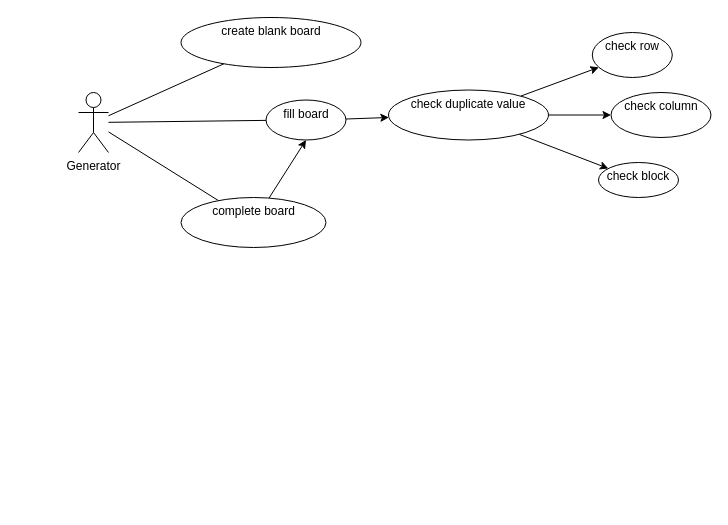
Above: page "Generator" (1 of 2) of sudoku.drawio in baihakikuncara/sudoku (draw.io), before the change. Source tidied: cells renumbered, new cells numbered last; positions are measured from the earlier drawing's top-left corner, leaving out a move shared by most shapes. Both pictures are drawn from the tidied source at 100%, with x=0, y=0 at pixel (78, 17).
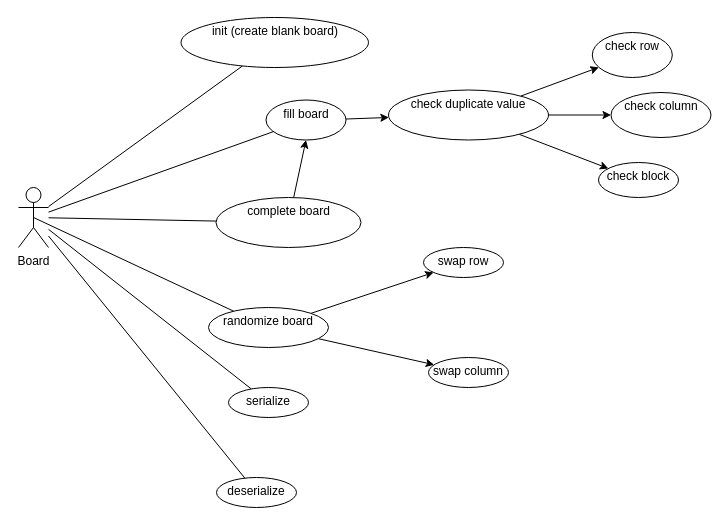
Above is the later version.

Commit message:
-update diagram for board generator

Change to the diagram source:
```diff
@@
+    <mxCell id="18" style="rounded=0;jettySize=auto;html=1;exitX=0.5;exitY=0.5;exitDx=0;exitDy=0;exitPerimeter=0;endArrow=none;endFill=0;" parent="1" edge="1" source="5" target="23">
+      <mxGeometry relative="1" as="geometry" />
+    </mxCell>
+    <mxCell id="19" style="rounded=0;jettySize=auto;html=1;endArrow=none;endFill=0;" parent="1" edge="1" source="5" target="26">
+      <mxGeometry relative="1" as="geometry" />
+    </mxCell>
+    <mxCell id="20" style="rounded=0;jettySize=auto;html=1;endArrow=none;endFill=0;" parent="1" edge="1" source="5" target="27">
+      <mxGeometry relative="1" as="geometry" />
+    </mxCell>
-    <mxCell id="5" value="Generator" style="shape=umlActor;verticalLabelPosition=bottom;verticalAlign=top;html=1;outlineConnect=0;" parent="1" vertex="1">
-      <mxGeometry y="75" width="30" height="60" as="geometry" />
+    <mxCell id="5" value="Board" style="shape=umlActor;verticalLabelPosition=bottom;verticalAlign=top;html=1;outlineConnect=0;" parent="1" vertex="1">
+      <mxGeometry x="-60" y="170" width="30" height="60" as="geometry" />
     </mxCell>
-    <mxCell id="6" value="create blank board" style="ellipse;whiteSpace=wrap;html=1;verticalAlign=top;" parent="1" vertex="1">
-      <mxGeometry x="102.5" width="180" height="50" as="geometry" />
+    <mxCell id="6" value="init (create blank board)" style="ellipse;whiteSpace=wrap;html=1;verticalAlign=top;" parent="1" vertex="1">
+      <mxGeometry x="102.5" width="187.5" height="50" as="geometry" />
     </mxCell>
@@
     <mxCell id="12" value="complete board" style="ellipse;whiteSpace=wrap;html=1;verticalAlign=top;" parent="1" vertex="1">
-      <mxGeometry x="102.5" y="180" width="145" height="50" as="geometry" />
+      <mxGeometry x="137.5" y="180" width="145" height="50" as="geometry" />
     </mxCell>
@@
+    <mxCell id="21" style="rounded=0;jettySize=auto;html=1;" parent="1" edge="1" source="23" target="24">
+      <mxGeometry relative="1" as="geometry" />
+    </mxCell>
+    <mxCell id="22" style="rounded=0;jettySize=auto;html=1;" parent="1" edge="1" source="23" target="25">
+      <mxGeometry relative="1" as="geometry" />
+    </mxCell>
+    <mxCell id="23" value="randomize board" style="ellipse;whiteSpace=wrap;html=1;verticalAlign=top;" parent="1" vertex="1">
+      <mxGeometry x="130" y="290" width="120" height="40" as="geometry" />
+    </mxCell>
+    <mxCell id="24" value="swap row" style="ellipse;whiteSpace=wrap;html=1;verticalAlign=top;" parent="1" vertex="1">
+      <mxGeometry x="345" y="230" width="80" height="30" as="geometry" />
+    </mxCell>
+    <mxCell id="25" value="swap column" style="ellipse;whiteSpace=wrap;html=1;verticalAlign=top;" parent="1" vertex="1">
+      <mxGeometry x="350" y="340" width="80" height="30" as="geometry" />
+    </mxCell>
+    <mxCell id="26" value="serialize" style="ellipse;whiteSpace=wrap;html=1;verticalAlign=top;" parent="1" vertex="1">
+      <mxGeometry x="150" y="370" width="80" height="30" as="geometry" />
+    </mxCell>
+    <mxCell id="27" value="deserialize" style="ellipse;whiteSpace=wrap;html=1;verticalAlign=top;" parent="1" vertex="1">
+      <mxGeometry x="138" y="460" width="80" height="30" as="geometry" />
+    </mxCell>
```
